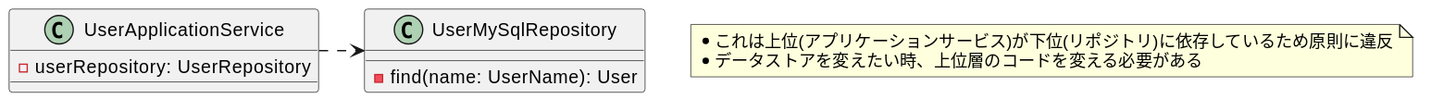
This is diagrams/ch07-dip-violation.svg from Yuki-TU/ddd, a PlantUML export, as it was before one commit.
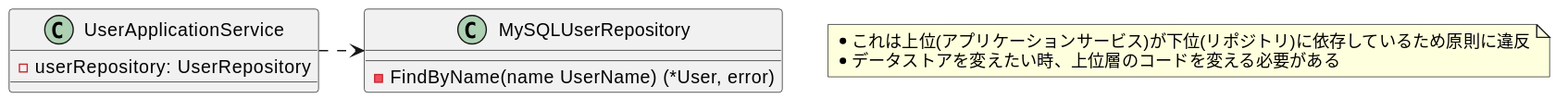
After the change.

Diff of the diagram source:
```diff
@@ -1,11 +1,11 @@
 @startuml
-UserApplicationService .> UserMySqlRepository
+UserApplicationService .> MySQLUserRepository
 
 class UserApplicationService {
   - userRepository: UserRepository
 }
-class UserMySqlRepository {
-  - find(name: UserName): User
+class MySQLUserRepository {
+  - FindByName(name UserName) (*User, error)
 }
 note as note
 * これは上位(アプリケーションサービス)が下位(リポジトリ)に依存しているため原則に違反
```
